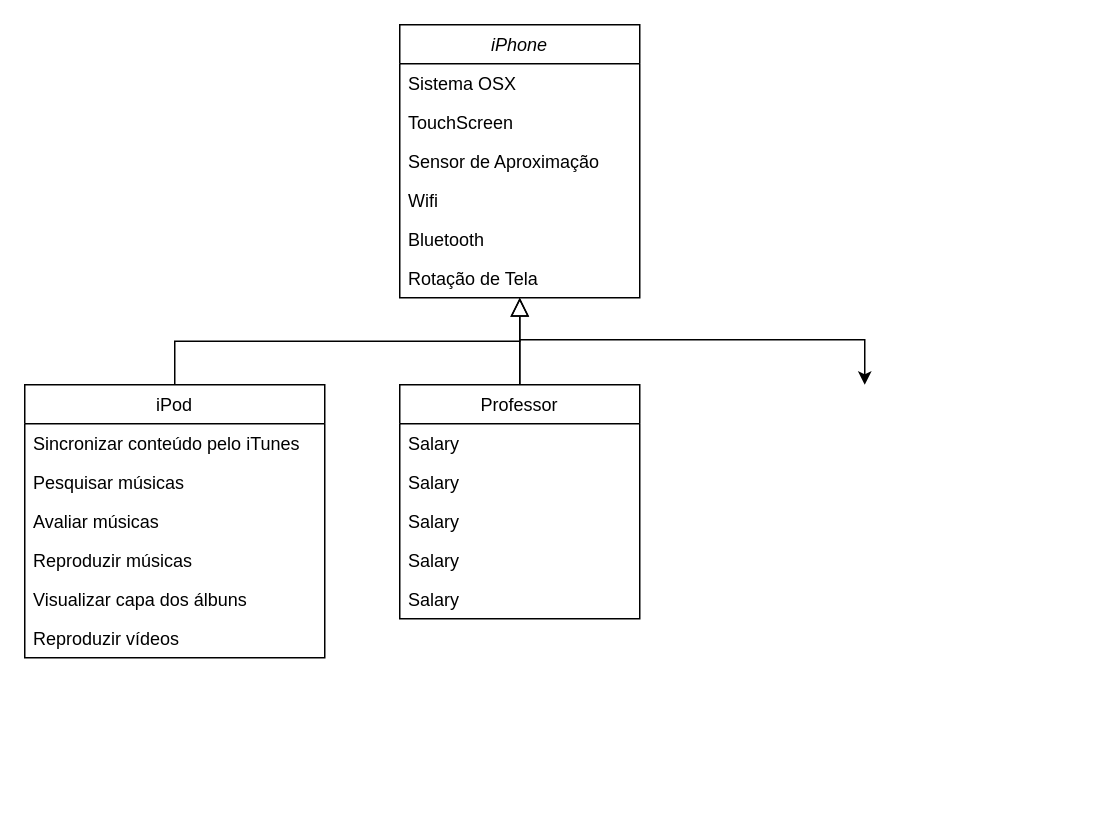
The draw.io diagram diagrama-uml/Diagrama sem nome.drawio in andreyferraz/diagram-class-iphone, before the edit. Source tidied: cells renumbered, new cells numbered last; positions are measured from the earlier drawing's top-left corner, leaving out a move shared by most shapes. Both pictures are drawn from the tidied source at 150%, with x=0, y=0 at pixel (24, 24).
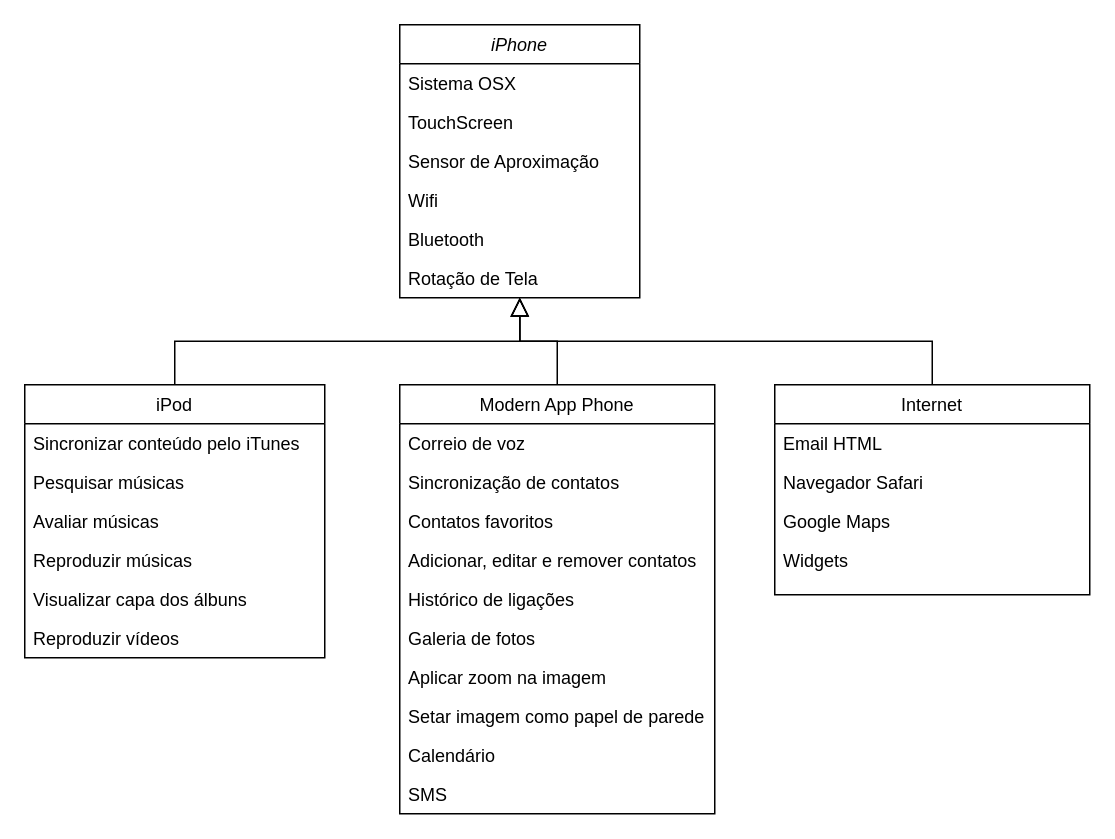
After the change.

Change to the diagram source:
```diff
@@
-    <mxCell id="17" style="edgeStyle=orthogonalEdgeStyle;rounded=0;jettySize=auto;html=1;" parent="1" edge="1" source="18">
-      <mxGeometry relative="1" as="geometry">
-        <mxPoint x="560" y="240" as="targetPoint" />
-        <Array as="points">
-          <mxPoint x="330" y="210" />
-        </Array>
-      </mxGeometry>
-    </mxCell>
-    <mxCell id="18" value="Professor" style="swimlane;fontStyle=0;align=center;verticalAlign=top;horizontal=1;startSize=26;rounded=0;shadow=0;strokeWidth=1;" parent="1" vertex="1">
-      <mxGeometry x="250" y="240" width="160" height="156" as="geometry" />
+    <mxCell id="18" value="Modern App Phone" style="swimlane;fontStyle=0;align=center;verticalAlign=top;horizontal=1;startSize=26;rounded=0;shadow=0;strokeWidth=1;" parent="1" vertex="1">
+      <mxGeometry x="250" y="240" width="210" height="286" as="geometry" />
     </mxCell>
-    <mxCell id="19" value="Salary" style="text;align=left;verticalAlign=top;spacingLeft=4;spacingRight=4;overflow=hidden;" parent="18" vertex="1">
-      <mxGeometry y="26" width="160" height="26" as="geometry" />
+    <mxCell id="19" value="Correio de voz" style="text;align=left;verticalAlign=top;spacingLeft=4;spacingRight=4;overflow=hidden;" parent="18" vertex="1">
+      <mxGeometry y="26" width="210" height="26" as="geometry" />
     </mxCell>
-    <mxCell id="20" value="Salary" style="text;align=left;verticalAlign=top;spacingLeft=4;spacingRight=4;overflow=hidden;" parent="18" vertex="1">
-      <mxGeometry y="52" width="160" height="26" as="geometry" />
+    <mxCell id="20" value="Sincronização de contatos" style="text;align=left;verticalAlign=top;spacingLeft=4;spacingRight=4;overflow=hidden;" parent="18" vertex="1">
+      <mxGeometry y="52" width="210" height="26" as="geometry" />
     </mxCell>
-    <mxCell id="21" value="Salary" style="text;align=left;verticalAlign=top;spacingLeft=4;spacingRight=4;overflow=hidden;" parent="18" vertex="1">
-      <mxGeometry y="78" width="160" height="26" as="geometry" />
+    <mxCell id="21" value="Contatos favoritos" style="text;align=left;verticalAlign=top;spacingLeft=4;spacingRight=4;overflow=hidden;" parent="18" vertex="1">
+      <mxGeometry y="78" width="210" height="26" as="geometry" />
     </mxCell>
-    <mxCell id="22" value="Salary" style="text;align=left;verticalAlign=top;spacingLeft=4;spacingRight=4;overflow=hidden;" parent="18" vertex="1">
-      <mxGeometry y="104" width="160" height="26" as="geometry" />
+    <mxCell id="22" value="Adicionar, editar e remover contatos" style="text;align=left;verticalAlign=top;spacingLeft=4;spacingRight=4;overflow=hidden;" parent="18" vertex="1">
+      <mxGeometry y="104" width="210" height="26" as="geometry" />
     </mxCell>
-    <mxCell id="23" value="Salary" style="text;align=left;verticalAlign=top;spacingLeft=4;spacingRight=4;overflow=hidden;" parent="18" vertex="1">
-      <mxGeometry y="130" width="160" height="26" as="geometry" />
+    <mxCell id="23" value="Histórico de ligações" style="text;align=left;verticalAlign=top;spacingLeft=4;spacingRight=4;overflow=hidden;" parent="18" vertex="1">
+      <mxGeometry y="130" width="210" height="26" as="geometry" />
     </mxCell>
+    <mxCell id="25" value="Galeria de fotos" style="text;align=left;verticalAlign=top;spacingLeft=4;spacingRight=4;overflow=hidden;" parent="18" vertex="1">
+      <mxGeometry y="156" width="210" height="26" as="geometry" />
+    </mxCell>
+    <mxCell id="26" value="Aplicar zoom na imagem" style="text;align=left;verticalAlign=top;spacingLeft=4;spacingRight=4;overflow=hidden;" parent="18" vertex="1">
+      <mxGeometry y="182" width="210" height="26" as="geometry" />
+    </mxCell>
+    <mxCell id="27" value="Setar imagem como papel de parede" style="text;align=left;verticalAlign=top;spacingLeft=4;spacingRight=4;overflow=hidden;" parent="18" vertex="1">
+      <mxGeometry y="208" width="210" height="26" as="geometry" />
+    </mxCell>
+    <mxCell id="28" value="Calendário" style="text;align=left;verticalAlign=top;spacingLeft=4;spacingRight=4;overflow=hidden;" parent="18" vertex="1">
+      <mxGeometry y="234" width="210" height="26" as="geometry" />
+    </mxCell>
+    <mxCell id="29" value="SMS" style="text;align=left;verticalAlign=top;spacingLeft=4;spacingRight=4;overflow=hidden;" parent="18" vertex="1">
+      <mxGeometry y="260" width="210" height="26" as="geometry" />
+    </mxCell>
@@
+    <mxCell id="30" value="Internet" style="swimlane;fontStyle=0;align=center;verticalAlign=top;horizontal=1;startSize=26;rounded=0;shadow=0;strokeWidth=1;" parent="1" vertex="1">
+      <mxGeometry x="500" y="240" width="210" height="140" as="geometry" />
+    </mxCell>
+    <mxCell id="31" value="Email HTML" style="text;align=left;verticalAlign=top;spacingLeft=4;spacingRight=4;overflow=hidden;" parent="30" vertex="1">
+      <mxGeometry y="26" width="210" height="26" as="geometry" />
+    </mxCell>
+    <mxCell id="32" value="Navegador Safari" style="text;align=left;verticalAlign=top;spacingLeft=4;spacingRight=4;overflow=hidden;" parent="30" vertex="1">
+      <mxGeometry y="52" width="210" height="26" as="geometry" />
+    </mxCell>
+    <mxCell id="33" value="Google Maps" style="text;align=left;verticalAlign=top;spacingLeft=4;spacingRight=4;overflow=hidden;" parent="30" vertex="1">
+      <mxGeometry y="78" width="210" height="26" as="geometry" />
+    </mxCell>
+    <mxCell id="34" value="Widgets" style="text;align=left;verticalAlign=top;spacingLeft=4;spacingRight=4;overflow=hidden;" parent="30" vertex="1">
+      <mxGeometry y="104" width="210" height="26" as="geometry" />
+    </mxCell>
+    <mxCell id="35" style="endArrow=block;endSize=10;endFill=0;shadow=0;strokeWidth=1;rounded=0;edgeStyle=elbowEdgeStyle;elbow=vertical;" parent="1" edge="1">
+      <mxGeometry relative="1" as="geometry">
+        <mxPoint x="605" y="240" as="sourcePoint" />
+        <mxPoint x="330" y="182" as="targetPoint" />
+      </mxGeometry>
+    </mxCell>
```
